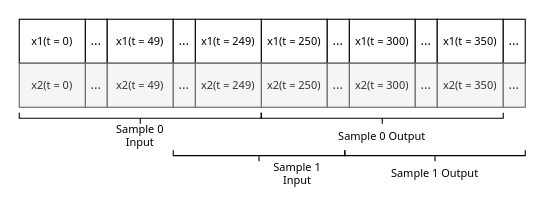
Above: plots/sample.drawio in visserle/two-hearts (draw.io), before the change. Source tidied: cells renumbered, new cells numbered last; positions are measured from the earlier drawing's top-left corner, leaving out a move shared by most shapes. Both pictures are drawn from the tidied source at 110%, with x=0, y=0 at pixel (19, -3).
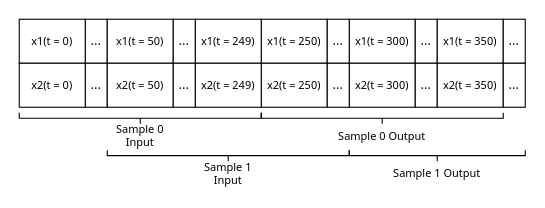
Above is the later version.

What changed in the source:
```diff
@@
-    <mxCell id="7" value="&lt;font style=&quot;font-size: 10px&quot;&gt;x1(t = 49)&lt;/font&gt;" style="rounded=0;whiteSpace=wrap;html=1;fontFamily=Tahoma;" parent="1" vertex="1">
+    <mxCell id="7" value="&lt;font style=&quot;font-size: 10px&quot;&gt;x1(t = 50)&lt;/font&gt;" style="rounded=0;whiteSpace=wrap;html=1;fontFamily=Tahoma;" parent="1" vertex="1">
       <mxGeometry x="80" y="20" width="60" height="40" as="geometry" />
     </mxCell>
@@
-    <mxCell id="13" value="&lt;font style=&quot;font-size: 10px&quot;&gt;x2(t = 300)&lt;/font&gt;" style="rounded=0;whiteSpace=wrap;html=1;fillColor=#f5f5f5;fontColor=#333333;strokeColor=#666666;fontFamily=Tahoma;" parent="1" vertex="1">
+    <mxCell id="13" value="&lt;font style=&quot;font-size: 10px&quot;&gt;x2(t = 300)&lt;/font&gt;" style="rounded=0;whiteSpace=wrap;html=1;fontFamily=Tahoma;" parent="1" vertex="1">
       <mxGeometry x="300" y="60" width="60" height="40" as="geometry" />
     </mxCell>
-    <mxCell id="14" value="&lt;font style=&quot;font-size: 10px&quot;&gt;x2(t = 250)&lt;/font&gt;" style="rounded=0;whiteSpace=wrap;html=1;fillColor=#f5f5f5;fontColor=#333333;strokeColor=#666666;fontFamily=Tahoma;" parent="1" vertex="1">
+    <mxCell id="14" value="&lt;font style=&quot;font-size: 10px&quot;&gt;x2(t = 250)&lt;/font&gt;" style="rounded=0;whiteSpace=wrap;html=1;fontFamily=Tahoma;" parent="1" vertex="1">
       <mxGeometry x="220" y="60" width="60" height="40" as="geometry" />
     </mxCell>
-    <mxCell id="15" value="..." style="rounded=0;whiteSpace=wrap;html=1;fillColor=#f5f5f5;fontColor=#333333;strokeColor=#666666;fontFamily=Tahoma;" parent="1" vertex="1">
+    <mxCell id="15" value="..." style="rounded=0;whiteSpace=wrap;html=1;fontFamily=Tahoma;" parent="1" vertex="1">
       <mxGeometry x="280" y="60" width="20" height="40" as="geometry" />
     </mxCell>
-    <mxCell id="16" value="..." style="rounded=0;whiteSpace=wrap;html=1;fillColor=#f5f5f5;fontColor=#333333;strokeColor=#666666;fontFamily=Tahoma;" parent="1" vertex="1">
+    <mxCell id="16" value="..." style="rounded=0;whiteSpace=wrap;html=1;fontFamily=Tahoma;" parent="1" vertex="1">
       <mxGeometry x="60" y="60" width="20" height="40" as="geometry" />
     </mxCell>
-    <mxCell id="17" value="&lt;font style=&quot;font-size: 10px&quot;&gt;x2(t = 249)&lt;/font&gt;" style="rounded=0;whiteSpace=wrap;html=1;fillColor=#f5f5f5;fontColor=#333333;strokeColor=#666666;fontFamily=Tahoma;" parent="1" vertex="1">
+    <mxCell id="17" value="&lt;font style=&quot;font-size: 10px&quot;&gt;x2(t = 249)&lt;/font&gt;" style="rounded=0;whiteSpace=wrap;html=1;fontFamily=Tahoma;" parent="1" vertex="1">
       <mxGeometry x="160" y="60" width="60" height="40" as="geometry" />
     </mxCell>
-    <mxCell id="18" value="&lt;font style=&quot;font-size: 10px&quot;&gt;x2(t = 49)&lt;/font&gt;" style="rounded=0;whiteSpace=wrap;html=1;fillColor=#f5f5f5;fontColor=#333333;strokeColor=#666666;fontFamily=Tahoma;" parent="1" vertex="1">
+    <mxCell id="18" value="&lt;font style=&quot;font-size: 10px&quot;&gt;x2(t = 50)&lt;/font&gt;" style="rounded=0;whiteSpace=wrap;html=1;fontFamily=Tahoma;" parent="1" vertex="1">
       <mxGeometry x="80" y="60" width="60" height="40" as="geometry" />
     </mxCell>
-    <mxCell id="19" value="&lt;font style=&quot;font-size: 10px&quot;&gt;x2(t = 0)&lt;/font&gt;" style="rounded=0;whiteSpace=wrap;html=1;fillColor=#f5f5f5;fontColor=#333333;strokeColor=#666666;fontFamily=Tahoma;" parent="1" vertex="1">
+    <mxCell id="19" value="&lt;font style=&quot;font-size: 10px&quot;&gt;x2(t = 0)&lt;/font&gt;" style="rounded=0;whiteSpace=wrap;html=1;fontFamily=Tahoma;" parent="1" vertex="1">
       <mxGeometry y="60" width="60" height="40" as="geometry" />
     </mxCell>
-    <mxCell id="20" value="..." style="rounded=0;whiteSpace=wrap;html=1;fillColor=#f5f5f5;fontColor=#333333;strokeColor=#666666;fontFamily=Tahoma;" parent="1" vertex="1">
+    <mxCell id="20" value="..." style="rounded=0;whiteSpace=wrap;html=1;fontFamily=Tahoma;" parent="1" vertex="1">
       <mxGeometry x="360" y="60" width="20" height="40" as="geometry" />
     </mxCell>
-    <mxCell id="21" value="&lt;font style=&quot;font-size: 10px&quot;&gt;x2(t = 350)&lt;/font&gt;" style="rounded=0;whiteSpace=wrap;html=1;fillColor=#f5f5f5;fontColor=#333333;strokeColor=#666666;fontFamily=Tahoma;" parent="1" vertex="1">
+    <mxCell id="21" value="&lt;font style=&quot;font-size: 10px&quot;&gt;x2(t = 350)&lt;/font&gt;" style="rounded=0;whiteSpace=wrap;html=1;fontFamily=Tahoma;" parent="1" vertex="1">
       <mxGeometry x="380" y="60" width="60" height="40" as="geometry" />
     </mxCell>
-    <mxCell id="22" value="..." style="rounded=0;whiteSpace=wrap;html=1;fillColor=#f5f5f5;fontColor=#333333;strokeColor=#666666;fontFamily=Tahoma;" parent="1" vertex="1">
+    <mxCell id="22" value="..." style="rounded=0;whiteSpace=wrap;html=1;fontFamily=Tahoma;" parent="1" vertex="1">
       <mxGeometry x="440" y="60" width="20" height="40" as="geometry" />
     </mxCell>
-    <mxCell id="23" value="..." style="rounded=0;whiteSpace=wrap;html=1;fillColor=#f5f5f5;fontColor=#333333;strokeColor=#666666;fontFamily=Tahoma;" parent="1" vertex="1">
+    <mxCell id="23" value="..." style="rounded=0;whiteSpace=wrap;html=1;fontFamily=Tahoma;" parent="1" vertex="1">
       <mxGeometry x="140" y="60" width="20" height="40" as="geometry" />
     </mxCell>
@@
+    <mxCell id="27" value="Sample 0 Output" style="text;html=1;strokeColor=none;fillColor=none;align=center;verticalAlign=middle;whiteSpace=wrap;rounded=0;fontSize=10;fontFamily=Tahoma;" parent="1" vertex="1">
+      <mxGeometry x="280" y="110" width="100" height="30" as="geometry" />
+    </mxCell>
+    <mxCell id="29" value="Sample 1 Input" style="text;html=1;strokeColor=none;fillColor=none;align=center;verticalAlign=middle;whiteSpace=wrap;rounded=0;fontSize=10;fontFamily=Tahoma;" parent="1" vertex="1">
+      <mxGeometry x="154.1" y="144" width="71.9" height="30" as="geometry" />
+    </mxCell>
+    <mxCell id="31" value="Sample 1 Output" style="text;html=1;strokeColor=none;fillColor=none;align=center;verticalAlign=middle;whiteSpace=wrap;rounded=0;fontSize=10;fontFamily=Tahoma;" parent="1" vertex="1">
+      <mxGeometry x="330" y="144" width="100" height="30" as="geometry" />
+    </mxCell>
+    <mxCell id="32" style="strokeWidth=1;html=1;shape=mxgraph.flowchart.annotation_2;align=left;labelPosition=right;fontSize=10;rotation=-90;fontFamily=Tahoma;" parent="1" vertex="1">
+      <mxGeometry x="185" y="34" width="10" height="220" as="geometry" />
+    </mxCell>
@@
-    <mxCell id="27" value="Sample 0 Output" style="text;html=1;strokeColor=none;fillColor=none;align=center;verticalAlign=middle;whiteSpace=wrap;rounded=0;fontSize=10;fontFamily=Tahoma;" parent="1" vertex="1">
-      <mxGeometry x="280" y="110" width="100" height="30" as="geometry" />
-    </mxCell>
-    <mxCell id="28" style="strokeWidth=1;html=1;shape=mxgraph.flowchart.annotation_2;align=left;labelPosition=right;fontSize=10;rotation=-90;fontFamily=Tahoma;" parent="1" vertex="1">
-      <mxGeometry x="213" y="66" width="10" height="156" as="geometry" />
-    </mxCell>
-    <mxCell id="29" value="Sample 1 Input" style="text;html=1;strokeColor=none;fillColor=none;align=center;verticalAlign=middle;whiteSpace=wrap;rounded=0;fontSize=10;fontFamily=Tahoma;" parent="1" vertex="1">
-      <mxGeometry x="217" y="144" width="71.9" height="30" as="geometry" />
-    </mxCell>
-    <mxCell id="30" style="strokeWidth=1;html=1;shape=mxgraph.flowchart.annotation_2;align=left;labelPosition=right;fontSize=10;rotation=-90;fontFamily=Tahoma;" parent="1" vertex="1">
-      <mxGeometry x="373" y="62" width="10" height="164" as="geometry" />
-    </mxCell>
-    <mxCell id="31" value="Sample 1 Output" style="text;html=1;strokeColor=none;fillColor=none;align=center;verticalAlign=middle;whiteSpace=wrap;rounded=0;fontSize=10;fontFamily=Tahoma;" parent="1" vertex="1">
-      <mxGeometry x="328" y="144" width="100" height="30" as="geometry" />
-    </mxCell>
+    <mxCell id="33" style="strokeWidth=1;html=1;shape=mxgraph.flowchart.annotation_2;align=left;labelPosition=right;fontSize=10;rotation=-90;fontFamily=Tahoma;" parent="1" vertex="1">
+      <mxGeometry x="375" y="64" width="10" height="160" as="geometry" />
+    </mxCell>
```
